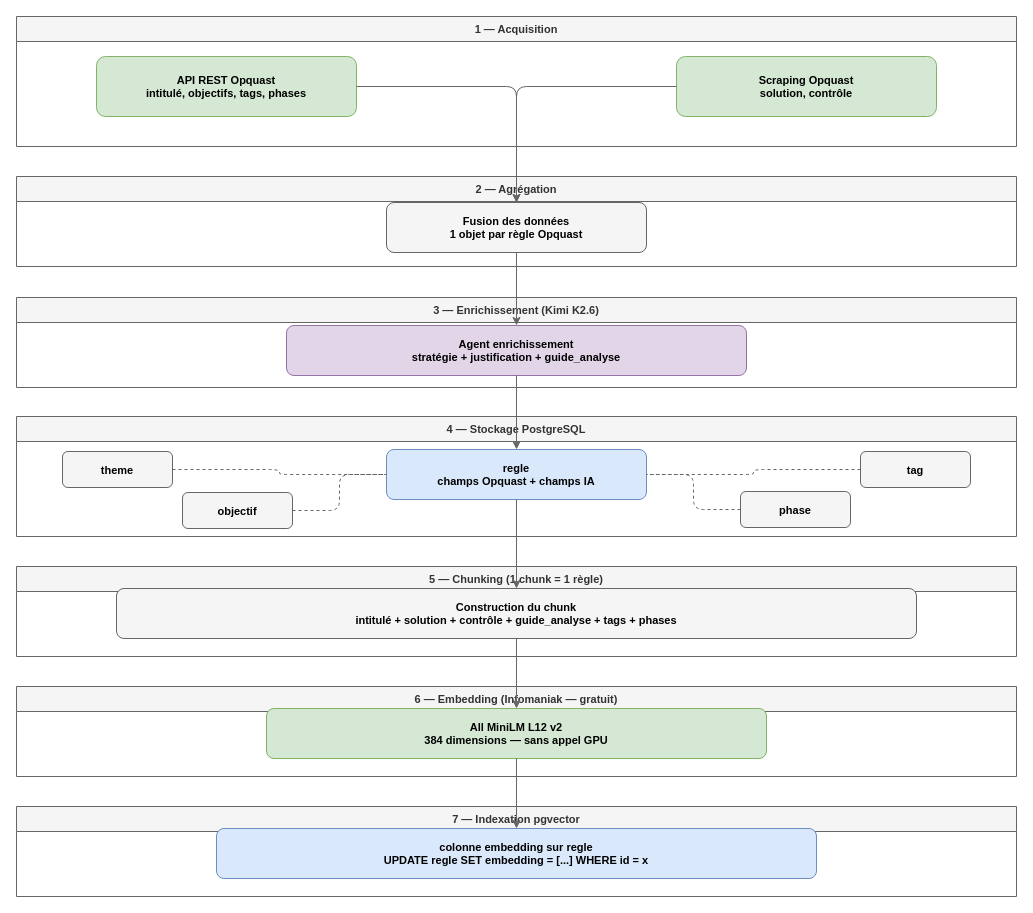
Above: conception/annexes/C_pipeline_ingestion.drawio in wawawaformation/qualicheck (draw.io), before the change. Source tidied: cells renumbered, new cells numbered last; positions are measured from the earlier drawing's top-left corner, leaving out a move shared by most shapes. Both pictures are drawn from the tidied source at 100%, with x=0, y=0 at pixel (16, 16).
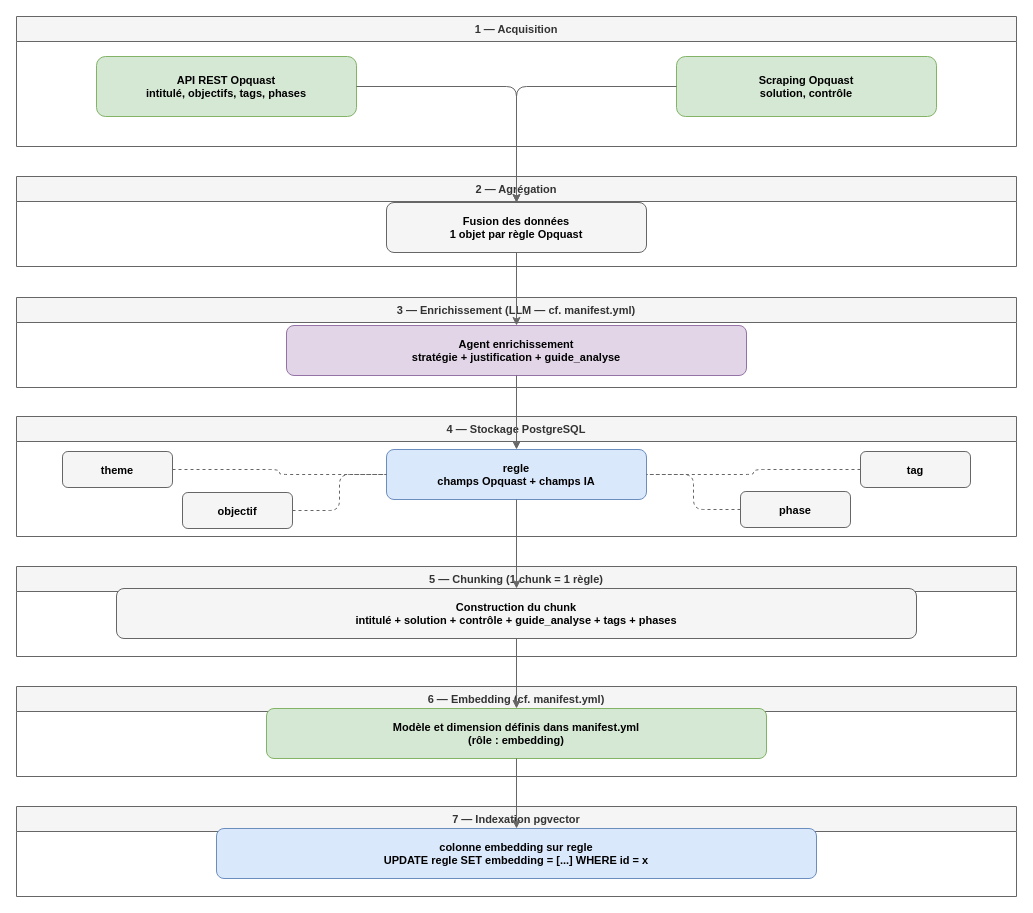
Above is the later version.

Commit message (it also covers changes not shown here):
docs: fix US1/US2 label mismatch and de-hardcode LLM names in schema

The edit, as a diff of the source:
```diff
@@
-    <mxCell id="7" value="3 — Enrichissement (Kimi K2.6)" style="swimlane;startSize=25;fillColor=#f5f5f5;strokeColor=#666666;fontColor=#333333;fontStyle=1;fontSize=11;html=0;" parent="1" vertex="1">
+    <mxCell id="7" value="3 — Enrichissement (LLM — cf. manifest.yml)" style="swimlane;startSize=25;fillColor=#f5f5f5;strokeColor=#666666;fontColor=#333333;fontStyle=1;fontSize=11;html=0;" parent="1" vertex="1">
       <mxGeometry y="281" width="1000" height="90" as="geometry" />
     </mxCell>
@@
-    <mxCell id="21" value="6 — Embedding (Infomaniak — gratuit)" style="swimlane;startSize=25;fillColor=#f5f5f5;strokeColor=#666666;fontColor=#333333;fontStyle=1;fontSize=11;html=0;" parent="1" vertex="1">
+    <mxCell id="21" value="6 — Embedding (cf. manifest.yml)" style="swimlane;startSize=25;fillColor=#f5f5f5;strokeColor=#666666;fontColor=#333333;fontStyle=1;fontSize=11;html=0;" parent="1" vertex="1">
       <mxGeometry y="670" width="1000" height="90" as="geometry" />
     </mxCell>
-    <mxCell id="22" value="All MiniLM L12 v2&#10;384 dimensions — sans appel GPU" style="rounded=1;fillColor=#d5e8d4;strokeColor=#82b366;fontSize=11;fontStyle=1;html=0;" parent="21" vertex="1">
+    <mxCell id="22" value="Modèle et dimension définis dans manifest.yml&#10;(rôle : embedding)" style="rounded=1;fillColor=#d5e8d4;strokeColor=#82b366;fontSize=11;fontStyle=1;html=0;" parent="21" vertex="1">
       <mxGeometry x="250" y="22" width="500" height="50" as="geometry" />
     </mxCell>
```
